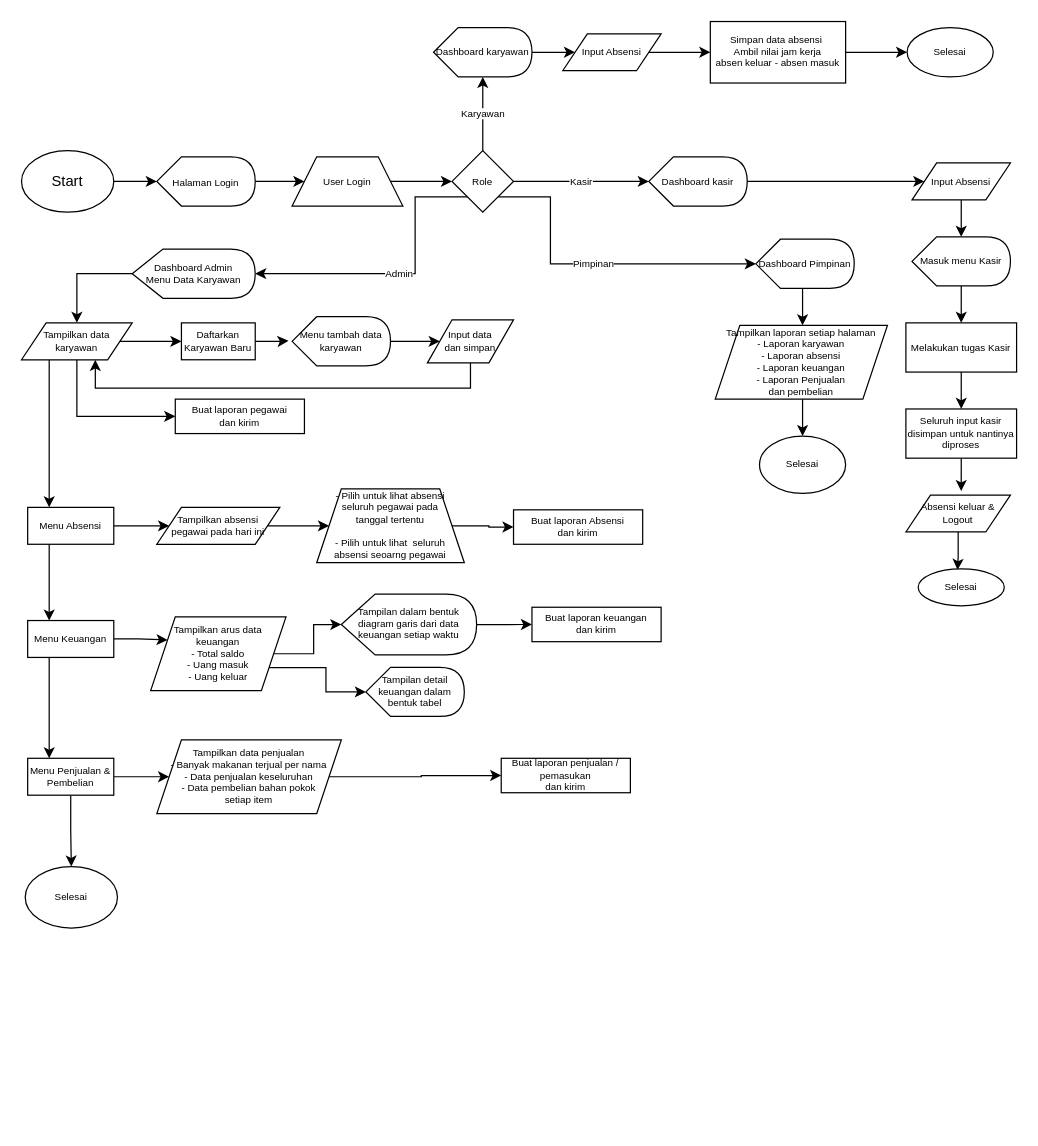
This is flowchart_erp.drawio from suryamaris/ERP-rumah-makan-dengan-laravel-8, a draw.io file, before an edit. Source tidied: cells renumbered, new cells numbered last; positions are measured from the earlier drawing's top-left corner, leaving out a move shared by most shapes. Both pictures are drawn from the tidied source at 123%, with x=0, y=0 at pixel (21, 21).
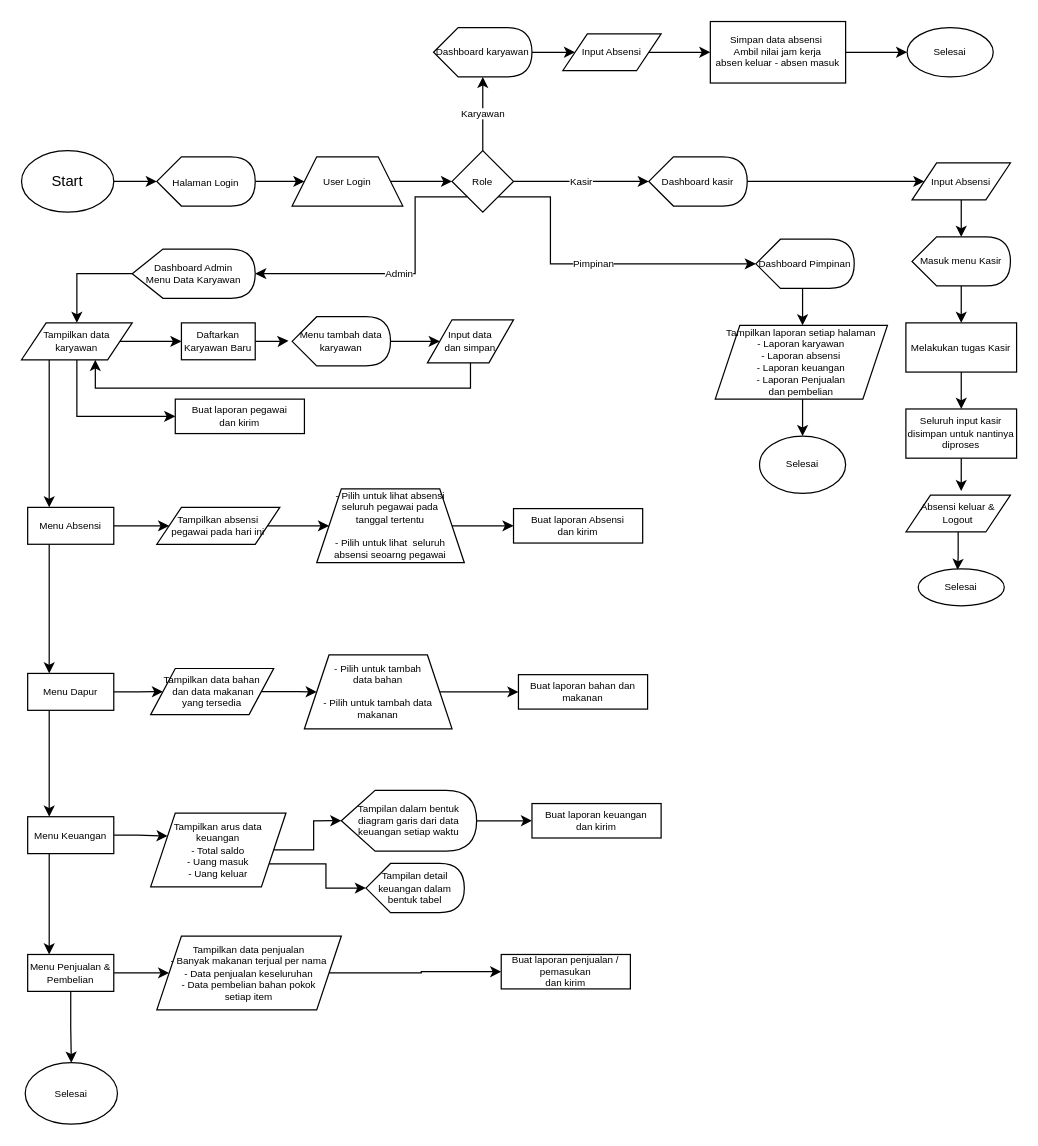
The same diagram, later.

Commit message (it also covers changes not shown here):
buat daftar tabel database dan fitur login

The change refers to these unchanged cells:
```xml
<mxCell id="47" value="Menu Absensi" style="rounded=0;whiteSpace=wrap;html=1;labelBackgroundColor=none;fontSize=8;fillColor=default;" parent="1" vertex="1">
  <mxGeometry x="5" y="395" width="70" height="30" as="geometry" />
</mxCell>
```

Change to the diagram source:
```diff
@@
-    <mxCell id="46" style="edgeStyle=orthogonalEdgeStyle;rounded=0;jettySize=auto;html=1;exitX=0.25;exitY=1;exitDx=0;exitDy=0;entryX=0.25;entryY=0;entryDx=0;entryDy=0;fontSize=8;endFill=1;strokeColor=default;" parent="1" edge="1" source="47" target="54">
-      <mxGeometry relative="1" as="geometry" />
-    </mxCell>
+    <mxCell id="76" style="edgeStyle=orthogonalEdgeStyle;rounded=0;jettySize=auto;html=1;exitX=0.25;exitY=1;exitDx=0;exitDy=0;entryX=0.25;entryY=0;entryDx=0;entryDy=0;" parent="1" edge="1" source="47" target="79">
+      <mxGeometry relative="1" as="geometry" />
+    </mxCell>
@@
     <mxCell id="54" value="Menu Keuangan" style="rounded=0;whiteSpace=wrap;html=1;labelBackgroundColor=none;fontSize=8;fillColor=default;" parent="1" vertex="1">
-      <mxGeometry x="5" y="487" width="70" height="30" as="geometry" />
+      <mxGeometry x="5" y="646.5" width="70" height="30" as="geometry" />
     </mxCell>
@@
     <mxCell id="57" value="Tampilkan arus data &lt;br&gt;keuangan&lt;br&gt;- Total saldo&lt;br&gt;- Uang masuk&lt;br&gt;- Uang keluar" style="shape=parallelogram;perimeter=parallelogramPerimeter;whiteSpace=wrap;html=1;fixedSize=1;labelBackgroundColor=none;fontSize=8;fillColor=default;" parent="1" vertex="1">
-      <mxGeometry x="105" y="484" width="110" height="60" as="geometry" />
+      <mxGeometry x="105" y="643.5" width="110" height="60" as="geometry" />
     </mxCell>
@@
     <mxCell id="59" value="Tampilan dalam bentuk diagram garis dari data keuangan setiap waktu" style="shape=display;whiteSpace=wrap;html=1;labelBackgroundColor=none;fontSize=8;fillColor=default;" parent="1" vertex="1">
-      <mxGeometry x="260" y="465.5" width="110" height="49.5" as="geometry" />
+      <mxGeometry x="260" y="625" width="110" height="49.5" as="geometry" />
     </mxCell>
     <mxCell id="60" value="Tampilan detail keuangan dalam bentuk tabel" style="shape=display;whiteSpace=wrap;html=1;labelBackgroundColor=none;fontSize=8;fillColor=default;" parent="1" vertex="1">
-      <mxGeometry x="280" y="525" width="80" height="40" as="geometry" />
+      <mxGeometry x="280" y="684.5" width="80" height="40" as="geometry" />
     </mxCell>
@@
     <mxCell id="63" value="Menu Penjualan &amp;amp; Pembelian" style="rounded=0;whiteSpace=wrap;html=1;labelBackgroundColor=none;fontSize=8;fillColor=default;" parent="1" vertex="1">
-      <mxGeometry x="5" y="599" width="70" height="30" as="geometry" />
+      <mxGeometry x="5" y="758.5" width="70" height="30" as="geometry" />
     </mxCell>
@@
     <mxCell id="65" value="Tampilkan data penjualan&lt;br&gt;- Banyak makanan terjual per nama&lt;br&gt;- Data penjualan keseluruhan&lt;br&gt;- Data pembelian bahan pokok&lt;br&gt;setiap item" style="shape=parallelogram;perimeter=parallelogramPerimeter;whiteSpace=wrap;html=1;fixedSize=1;labelBackgroundColor=none;fontSize=8;fillColor=default;" parent="1" vertex="1">
-      <mxGeometry x="110" y="584" width="150" height="60" as="geometry" />
+      <mxGeometry x="110" y="743.5" width="150" height="60" as="geometry" />
     </mxCell>
@@
     <mxCell id="71" value="Selesai" style="ellipse;whiteSpace=wrap;html=1;labelBackgroundColor=none;fontSize=8;fillColor=default;" parent="1" vertex="1">
-      <mxGeometry x="3" y="687" width="75" height="50" as="geometry" />
+      <mxGeometry x="3" y="846.5" width="75" height="50" as="geometry" />
     </mxCell>
@@
     <mxCell id="73" value="Buat laporan Absensi&lt;br&gt;dan kirim" style="rounded=0;whiteSpace=wrap;html=1;labelBackgroundColor=none;fontSize=8;fillColor=default;" parent="1" vertex="1">
-      <mxGeometry x="400" y="397" width="105" height="28" as="geometry" />
+      <mxGeometry x="400" y="396" width="105" height="28" as="geometry" />
     </mxCell>
     <mxCell id="74" value="Buat laporan keuangan&lt;br&gt;dan kirim" style="rounded=0;whiteSpace=wrap;html=1;labelBackgroundColor=none;fontSize=8;fillColor=default;" parent="1" vertex="1">
-      <mxGeometry x="415" y="476.2" width="105" height="28" as="geometry" />
+      <mxGeometry x="415" y="635.8" width="105" height="28" as="geometry" />
     </mxCell>
     <mxCell id="75" value="Buat laporan penjualan / pemasukan&lt;br&gt;dan kirim" style="rounded=0;whiteSpace=wrap;html=1;labelBackgroundColor=none;fontSize=8;fillColor=default;" parent="1" vertex="1">
-      <mxGeometry x="390" y="599" width="105" height="28" as="geometry" />
+      <mxGeometry x="390" y="758.5" width="105" height="28" as="geometry" />
     </mxCell>
+    <mxCell id="77" style="edgeStyle=orthogonalEdgeStyle;rounded=0;jettySize=auto;html=1;" parent="1" edge="1" source="79" target="81">
+      <mxGeometry relative="1" as="geometry" />
+    </mxCell>
+    <mxCell id="78" style="edgeStyle=orthogonalEdgeStyle;rounded=0;jettySize=auto;html=1;exitX=0.25;exitY=1;exitDx=0;exitDy=0;entryX=0.25;entryY=0;entryDx=0;entryDy=0;" parent="1" edge="1" source="79" target="54">
+      <mxGeometry relative="1" as="geometry" />
+    </mxCell>
+    <mxCell id="79" value="Menu Dapur" style="rounded=0;whiteSpace=wrap;html=1;labelBackgroundColor=none;fontSize=8;fillColor=default;" parent="1" vertex="1">
+      <mxGeometry x="5" y="530" width="70" height="30" as="geometry" />
+    </mxCell>
+    <mxCell id="80" style="edgeStyle=orthogonalEdgeStyle;rounded=0;jettySize=auto;html=1;entryX=0;entryY=0.5;entryDx=0;entryDy=0;" parent="1" edge="1" source="81" target="83">
+      <mxGeometry relative="1" as="geometry" />
+    </mxCell>
+    <mxCell id="81" value="Tampilkan data bahan&lt;br&gt;&amp;nbsp;dan data makanan &lt;br&gt;yang tersedia" style="shape=parallelogram;perimeter=parallelogramPerimeter;whiteSpace=wrap;html=1;fixedSize=1;labelBackgroundColor=none;fontSize=8;fillColor=default;" parent="1" vertex="1">
+      <mxGeometry x="105" y="526" width="100" height="37.5" as="geometry" />
+    </mxCell>
+    <mxCell id="82" style="edgeStyle=orthogonalEdgeStyle;rounded=0;jettySize=auto;html=1;entryX=0;entryY=0.5;entryDx=0;entryDy=0;" parent="1" edge="1" source="83" target="84">
+      <mxGeometry relative="1" as="geometry" />
+    </mxCell>
+    <mxCell id="83" value="- Pilih untuk tambah &lt;br&gt;data bahan&lt;br&gt;&lt;br&gt;- Pilih untuk tambah data&lt;br&gt;makanan" style="shape=trapezoid;perimeter=trapezoidPerimeter;whiteSpace=wrap;html=1;fixedSize=1;labelBackgroundColor=none;fontSize=8;fillColor=default;" parent="1" vertex="1">
+      <mxGeometry x="230" y="515" width="120" height="60" as="geometry" />
+    </mxCell>
+    <mxCell id="84" value="Buat laporan bahan dan makanan" style="rounded=0;whiteSpace=wrap;html=1;labelBackgroundColor=none;fontSize=8;fillColor=default;" parent="1" vertex="1">
+      <mxGeometry x="404" y="531" width="105" height="28" as="geometry" />
+    </mxCell>
```
